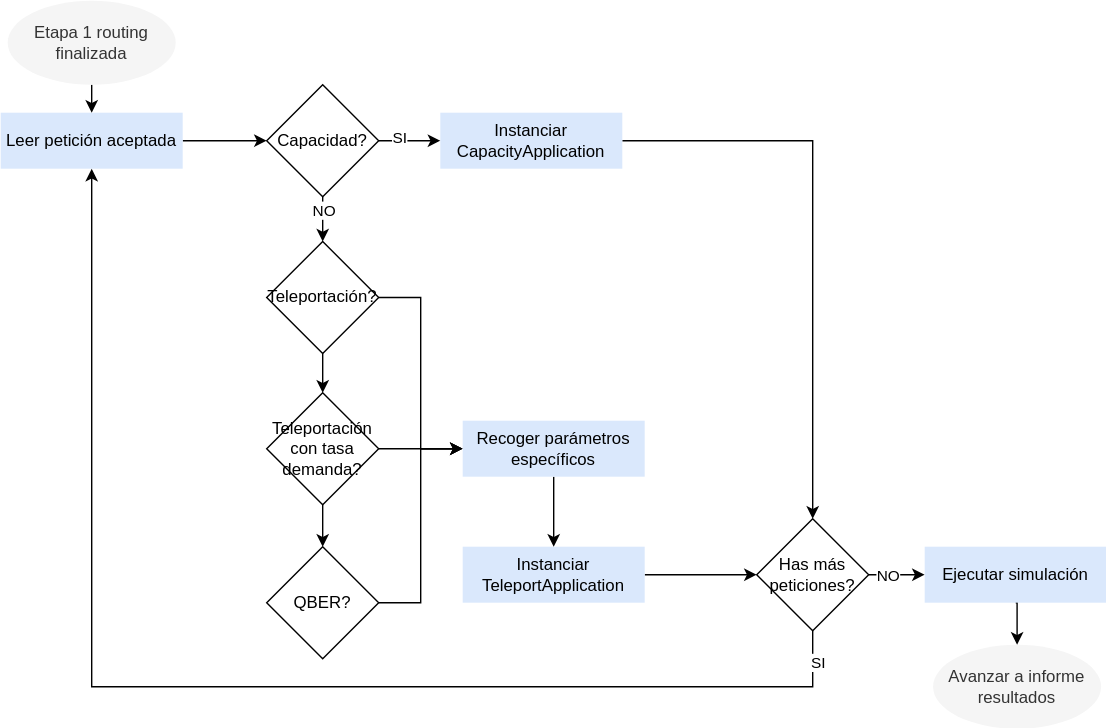
Earlier version of the draw.io export Diagramas/Flujo/tec-etapa2.svg (davidpcuvigo/quantumcity). Source tidied: cells renumbered, new cells last; positions are measured from the earlier drawing's top-left corner, leaving out a move shared by most shapes. Source of this version:
```xml
<mxGraphModel>
  <root>
    <mxCell id="0" />
    <mxCell id="1" parent="0" />
    <mxCell id="2" style="edgeStyle=orthogonalEdgeStyle;rounded=0;jettySize=auto;html=1;exitX=1;exitY=0.5;exitDx=0;exitDy=0;entryX=0;entryY=0.5;entryDx=0;entryDy=0;" parent="1" edge="1" source="3" target="13">
      <mxGeometry relative="1" as="geometry" />
    </mxCell>
    <mxCell id="3" value="Leer petición aceptada" style="rounded=0;whiteSpace=wrap;html=1;fillColor=#dae8fc;strokeColor=none;" parent="1" vertex="1">
      <mxGeometry y="80" width="130" height="40" as="geometry" />
    </mxCell>
    <mxCell id="4" style="edgeStyle=orthogonalEdgeStyle;rounded=0;jettySize=auto;html=1;exitX=0.5;exitY=1;exitDx=0;exitDy=0;entryX=0.5;entryY=0;entryDx=0;entryDy=0;" parent="1" edge="1" source="5" target="3">
      <mxGeometry relative="1" as="geometry" />
    </mxCell>
    <mxCell id="5" value="Etapa 1 routing finalizada" style="ellipse;whiteSpace=wrap;html=1;fillColor=#f5f5f5;fontColor=#333333;strokeColor=none;" parent="1" vertex="1">
      <mxGeometry x="5" width="120" height="60" as="geometry" />
    </mxCell>
    <mxCell id="6" value="Avanzar a informe resultados" style="ellipse;whiteSpace=wrap;html=1;fillColor=#f5f5f5;fontColor=#333333;strokeColor=none;" parent="1" vertex="1">
      <mxGeometry x="666" y="460" width="120" height="60" as="geometry" />
    </mxCell>
    <mxCell id="7" style="edgeStyle=orthogonalEdgeStyle;rounded=0;jettySize=auto;html=1;exitX=1;exitY=0.5;exitDx=0;exitDy=0;entryX=0.5;entryY=0;entryDx=0;entryDy=0;" parent="1" edge="1" source="8" target="30">
      <mxGeometry relative="1" as="geometry" />
    </mxCell>
    <mxCell id="8" value="Instanciar CapacityApplication" style="rounded=0;whiteSpace=wrap;html=1;fillColor=#dae8fc;strokeColor=none;" parent="1" vertex="1">
      <mxGeometry x="314" y="80" width="130" height="40" as="geometry" />
    </mxCell>
    <mxCell id="9" style="edgeStyle=orthogonalEdgeStyle;rounded=0;jettySize=auto;html=1;exitX=1;exitY=0.5;exitDx=0;exitDy=0;entryX=0;entryY=0.5;entryDx=0;entryDy=0;" parent="1" edge="1" source="13" target="8">
      <mxGeometry relative="1" as="geometry" />
    </mxCell>
    <mxCell id="10" value="SI" style="edgeLabel;html=1;align=center;verticalAlign=middle;" parent="9" vertex="1">
      <mxGeometry x="-0.36" y="3" relative="1" as="geometry" />
    </mxCell>
    <mxCell id="11" style="edgeStyle=orthogonalEdgeStyle;rounded=0;jettySize=auto;html=1;exitX=0.5;exitY=1;exitDx=0;exitDy=0;entryX=0.5;entryY=0;entryDx=0;entryDy=0;" parent="1" edge="1" source="13" target="16">
      <mxGeometry relative="1" as="geometry" />
    </mxCell>
    <mxCell id="12" value="NO" style="edgeLabel;html=1;align=center;verticalAlign=middle;" parent="11" vertex="1">
      <mxGeometry x="-0.44" relative="1" as="geometry" />
    </mxCell>
    <mxCell id="13" value="Capacidad?" style="rhombus;whiteSpace=wrap;html=1;" parent="1" vertex="1">
      <mxGeometry x="190" y="60" width="80" height="80" as="geometry" />
    </mxCell>
    <mxCell id="14" style="edgeStyle=orthogonalEdgeStyle;rounded=0;jettySize=auto;html=1;exitX=0.5;exitY=1;exitDx=0;exitDy=0;" parent="1" edge="1" source="16" target="19">
      <mxGeometry relative="1" as="geometry" />
    </mxCell>
    <mxCell id="15" style="edgeStyle=orthogonalEdgeStyle;rounded=0;jettySize=auto;html=1;exitX=1;exitY=0.5;exitDx=0;exitDy=0;entryX=0;entryY=0.5;entryDx=0;entryDy=0;" parent="1" edge="1" source="16" target="25">
      <mxGeometry relative="1" as="geometry" />
    </mxCell>
    <mxCell id="16" value="Teleportación?" style="rhombus;whiteSpace=wrap;html=1;" parent="1" vertex="1">
      <mxGeometry x="190" y="172" width="80" height="80" as="geometry" />
    </mxCell>
    <mxCell id="17" style="edgeStyle=orthogonalEdgeStyle;rounded=0;jettySize=auto;html=1;exitX=0.5;exitY=1;exitDx=0;exitDy=0;entryX=0.5;entryY=0;entryDx=0;entryDy=0;" parent="1" edge="1" source="19" target="21">
      <mxGeometry relative="1" as="geometry" />
    </mxCell>
    <mxCell id="18" style="edgeStyle=orthogonalEdgeStyle;rounded=0;jettySize=auto;html=1;exitX=1;exitY=0.5;exitDx=0;exitDy=0;entryX=0;entryY=0.5;entryDx=0;entryDy=0;" parent="1" edge="1" source="19" target="25">
      <mxGeometry relative="1" as="geometry" />
    </mxCell>
    <mxCell id="19" value="Teleportación con tasa demanda?" style="rhombus;whiteSpace=wrap;html=1;" parent="1" vertex="1">
      <mxGeometry x="190" y="280" width="80" height="80" as="geometry" />
    </mxCell>
    <mxCell id="20" style="edgeStyle=orthogonalEdgeStyle;rounded=0;jettySize=auto;html=1;exitX=1;exitY=0.5;exitDx=0;exitDy=0;entryX=0;entryY=0.5;entryDx=0;entryDy=0;" parent="1" edge="1" source="21" target="25">
      <mxGeometry relative="1" as="geometry" />
    </mxCell>
    <mxCell id="21" value="QBER?" style="rhombus;whiteSpace=wrap;html=1;" parent="1" vertex="1">
      <mxGeometry x="190" y="390" width="80" height="80" as="geometry" />
    </mxCell>
    <mxCell id="22" style="edgeStyle=orthogonalEdgeStyle;rounded=0;jettySize=auto;html=1;exitX=1;exitY=0.5;exitDx=0;exitDy=0;entryX=0;entryY=0.5;entryDx=0;entryDy=0;" parent="1" edge="1" source="23" target="30">
      <mxGeometry relative="1" as="geometry" />
    </mxCell>
    <mxCell id="23" value="Instanciar TeleportApplication" style="rounded=0;whiteSpace=wrap;html=1;fillColor=#dae8fc;strokeColor=none;" parent="1" vertex="1">
      <mxGeometry x="330" y="390" width="130" height="40" as="geometry" />
    </mxCell>
    <mxCell id="24" style="edgeStyle=orthogonalEdgeStyle;rounded=0;jettySize=auto;html=1;exitX=0.5;exitY=1;exitDx=0;exitDy=0;entryX=0.5;entryY=0;entryDx=0;entryDy=0;" parent="1" edge="1" source="25" target="23">
      <mxGeometry relative="1" as="geometry" />
    </mxCell>
    <mxCell id="25" value="Recoger parámetros específicos" style="rounded=0;whiteSpace=wrap;html=1;fillColor=#dae8fc;strokeColor=none;" parent="1" vertex="1">
      <mxGeometry x="330" y="300" width="130" height="40" as="geometry" />
    </mxCell>
    <mxCell id="26" style="edgeStyle=orthogonalEdgeStyle;rounded=0;jettySize=auto;html=1;exitX=1;exitY=0.5;exitDx=0;exitDy=0;entryX=0;entryY=0.5;entryDx=0;entryDy=0;" parent="1" edge="1" source="30" target="32">
      <mxGeometry relative="1" as="geometry" />
    </mxCell>
    <mxCell id="27" value="NO" style="edgeLabel;html=1;align=center;verticalAlign=middle;" parent="26" vertex="1">
      <mxGeometry x="-0.35" relative="1" as="geometry" />
    </mxCell>
    <mxCell id="28" style="edgeStyle=orthogonalEdgeStyle;rounded=0;jettySize=auto;html=1;exitX=0.5;exitY=1;exitDx=0;exitDy=0;entryX=0.5;entryY=1;entryDx=0;entryDy=0;" parent="1" edge="1" source="30" target="3">
      <mxGeometry relative="1" as="geometry">
        <Array as="points">
          <mxPoint x="580" y="490" />
          <mxPoint x="65" y="490" />
        </Array>
      </mxGeometry>
    </mxCell>
    <mxCell id="29" value="SI" style="edgeLabel;html=1;align=center;verticalAlign=middle;" parent="28" vertex="1">
      <mxGeometry x="-0.95" y="3" relative="1" as="geometry" />
    </mxCell>
    <mxCell id="30" value="Has más peticiones?" style="rhombus;whiteSpace=wrap;html=1;" parent="1" vertex="1">
      <mxGeometry x="540" y="370" width="80" height="80" as="geometry" />
    </mxCell>
    <mxCell id="31" style="edgeStyle=orthogonalEdgeStyle;rounded=0;jettySize=auto;html=1;exitX=0.5;exitY=1;exitDx=0;exitDy=0;entryX=0.5;entryY=0;entryDx=0;entryDy=0;" parent="1" edge="1" source="32" target="6">
      <mxGeometry relative="1" as="geometry" />
    </mxCell>
    <mxCell id="32" value="Ejecutar simulación" style="rounded=0;whiteSpace=wrap;html=1;fillColor=#dae8fc;strokeColor=none;" parent="1" vertex="1">
      <mxGeometry x="660" y="390" width="130" height="40" as="geometry" />
    </mxCell>
  </root>
</mxGraphModel>
```
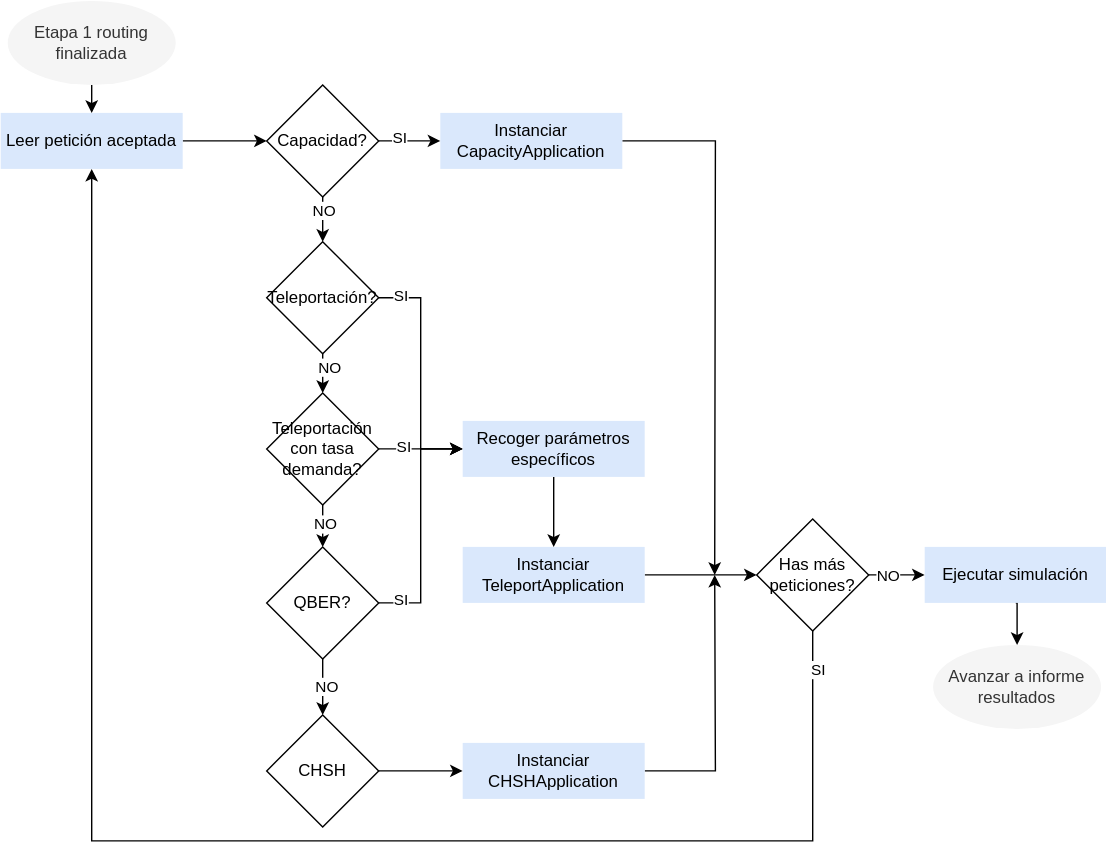
After the commit.

Change to the diagram source:
```diff
@@ -17,9 +17,11 @@
     <mxCell id="6" value="Avanzar a informe resultados" style="ellipse;whiteSpace=wrap;html=1;fillColor=#f5f5f5;fontColor=#333333;strokeColor=none;" parent="1" vertex="1">
       <mxGeometry x="666" y="460" width="120" height="60" as="geometry" />
     </mxCell>
-    <mxCell id="7" style="edgeStyle=orthogonalEdgeStyle;rounded=0;jettySize=auto;html=1;exitX=1;exitY=0.5;exitDx=0;exitDy=0;entryX=0.5;entryY=0;entryDx=0;entryDy=0;" parent="1" edge="1" source="8" target="30">
-      <mxGeometry relative="1" as="geometry" />
-    </mxCell>
+    <mxCell id="33" style="edgeStyle=orthogonalEdgeStyle;rounded=0;jettySize=auto;html=1;exitX=1;exitY=0.5;exitDx=0;exitDy=0;" parent="1" edge="1" source="8">
+      <mxGeometry relative="1" as="geometry">
+        <mxPoint x="510" y="410" as="targetPoint" />
+      </mxGeometry>
+    </mxCell>
     <mxCell id="8" value="Instanciar CapacityApplication" style="rounded=0;whiteSpace=wrap;html=1;fillColor=#dae8fc;strokeColor=none;" parent="1" vertex="1">
       <mxGeometry x="314" y="80" width="130" height="40" as="geometry" />
     </mxCell>
@@ -41,24 +43,45 @@
     <mxCell id="14" style="edgeStyle=orthogonalEdgeStyle;rounded=0;jettySize=auto;html=1;exitX=0.5;exitY=1;exitDx=0;exitDy=0;" parent="1" edge="1" source="16" target="19">
       <mxGeometry relative="1" as="geometry" />
     </mxCell>
+    <mxCell id="34" value="NO" style="edgeLabel;html=1;align=center;verticalAlign=middle;" parent="14" vertex="1">
+      <mxGeometry x="0.27" y="4" relative="1" as="geometry" />
+    </mxCell>
     <mxCell id="15" style="edgeStyle=orthogonalEdgeStyle;rounded=0;jettySize=auto;html=1;exitX=1;exitY=0.5;exitDx=0;exitDy=0;entryX=0;entryY=0.5;entryDx=0;entryDy=0;" parent="1" edge="1" source="16" target="25">
       <mxGeometry relative="1" as="geometry" />
     </mxCell>
+    <mxCell id="35" value="SI" style="edgeLabel;html=1;align=center;verticalAlign=middle;" parent="15" vertex="1">
+      <mxGeometry x="-0.82" y="2" relative="1" as="geometry" />
+    </mxCell>
     <mxCell id="16" value="Teleportación?" style="rhombus;whiteSpace=wrap;html=1;" parent="1" vertex="1">
       <mxGeometry x="190" y="172" width="80" height="80" as="geometry" />
     </mxCell>
     <mxCell id="17" style="edgeStyle=orthogonalEdgeStyle;rounded=0;jettySize=auto;html=1;exitX=0.5;exitY=1;exitDx=0;exitDy=0;entryX=0.5;entryY=0;entryDx=0;entryDy=0;" parent="1" edge="1" source="19" target="21">
       <mxGeometry relative="1" as="geometry" />
     </mxCell>
+    <mxCell id="36" value="NO" style="edgeLabel;html=1;align=center;verticalAlign=middle;" parent="17" vertex="1">
+      <mxGeometry x="-0.13" y="1" relative="1" as="geometry" />
+    </mxCell>
     <mxCell id="18" style="edgeStyle=orthogonalEdgeStyle;rounded=0;jettySize=auto;html=1;exitX=1;exitY=0.5;exitDx=0;exitDy=0;entryX=0;entryY=0.5;entryDx=0;entryDy=0;" parent="1" edge="1" source="19" target="25">
       <mxGeometry relative="1" as="geometry" />
     </mxCell>
+    <mxCell id="37" value="SI" style="edgeLabel;html=1;align=center;verticalAlign=middle;" parent="18" vertex="1">
+      <mxGeometry x="-0.43" y="2" relative="1" as="geometry" />
+    </mxCell>
     <mxCell id="19" value="Teleportación con tasa demanda?" style="rhombus;whiteSpace=wrap;html=1;" parent="1" vertex="1">
       <mxGeometry x="190" y="280" width="80" height="80" as="geometry" />
     </mxCell>
     <mxCell id="20" style="edgeStyle=orthogonalEdgeStyle;rounded=0;jettySize=auto;html=1;exitX=1;exitY=0.5;exitDx=0;exitDy=0;entryX=0;entryY=0.5;entryDx=0;entryDy=0;" parent="1" edge="1" source="21" target="25">
       <mxGeometry relative="1" as="geometry" />
     </mxCell>
+    <mxCell id="38" value="SI" style="edgeLabel;html=1;align=center;verticalAlign=middle;" parent="20" vertex="1">
+      <mxGeometry x="-0.82" y="3" relative="1" as="geometry" />
+    </mxCell>
+    <mxCell id="39" style="edgeStyle=orthogonalEdgeStyle;rounded=0;jettySize=auto;html=1;exitX=0.5;exitY=1;exitDx=0;exitDy=0;" parent="1" edge="1" source="21" target="42">
+      <mxGeometry relative="1" as="geometry" />
+    </mxCell>
+    <mxCell id="40" value="NO" style="edgeLabel;html=1;align=center;verticalAlign=middle;" parent="39" vertex="1">
+      <mxGeometry x="-0.05" y="2" relative="1" as="geometry" />
+    </mxCell>
     <mxCell id="21" value="QBER?" style="rhombus;whiteSpace=wrap;html=1;" parent="1" vertex="1">
       <mxGeometry x="190" y="390" width="80" height="80" as="geometry" />
     </mxCell>
@@ -83,8 +106,8 @@
     <mxCell id="28" style="edgeStyle=orthogonalEdgeStyle;rounded=0;jettySize=auto;html=1;exitX=0.5;exitY=1;exitDx=0;exitDy=0;entryX=0.5;entryY=1;entryDx=0;entryDy=0;" parent="1" edge="1" source="30" target="3">
       <mxGeometry relative="1" as="geometry">
         <Array as="points">
-          <mxPoint x="580" y="490" />
-          <mxPoint x="65" y="490" />
+          <mxPoint x="580" y="600" />
+          <mxPoint x="65" y="600" />
         </Array>
       </mxGeometry>
     </mxCell>
@@ -100,5 +123,19 @@
     <mxCell id="32" value="Ejecutar simulación" style="rounded=0;whiteSpace=wrap;html=1;fillColor=#dae8fc;strokeColor=none;" parent="1" vertex="1">
       <mxGeometry x="660" y="390" width="130" height="40" as="geometry" />
     </mxCell>
+    <mxCell id="41" style="edgeStyle=orthogonalEdgeStyle;rounded=0;jettySize=auto;html=1;exitX=1;exitY=0.5;exitDx=0;exitDy=0;" parent="1" edge="1" source="42" target="44">
+      <mxGeometry relative="1" as="geometry" />
+    </mxCell>
+    <mxCell id="42" value="CHSH" style="rhombus;whiteSpace=wrap;html=1;" parent="1" vertex="1">
+      <mxGeometry x="190" y="510" width="80" height="80" as="geometry" />
+    </mxCell>
+    <mxCell id="43" style="edgeStyle=orthogonalEdgeStyle;rounded=0;jettySize=auto;html=1;exitX=1;exitY=0.5;exitDx=0;exitDy=0;" parent="1" edge="1" source="44">
+      <mxGeometry relative="1" as="geometry">
+        <mxPoint x="510" y="410" as="targetPoint" />
+      </mxGeometry>
+    </mxCell>
+    <mxCell id="44" value="Instanciar CHSHApplication" style="rounded=0;whiteSpace=wrap;html=1;fillColor=#dae8fc;strokeColor=none;" parent="1" vertex="1">
+      <mxGeometry x="330" y="530" width="130" height="40" as="geometry" />
+    </mxCell>
   </root>
 </mxGraphModel>
```
